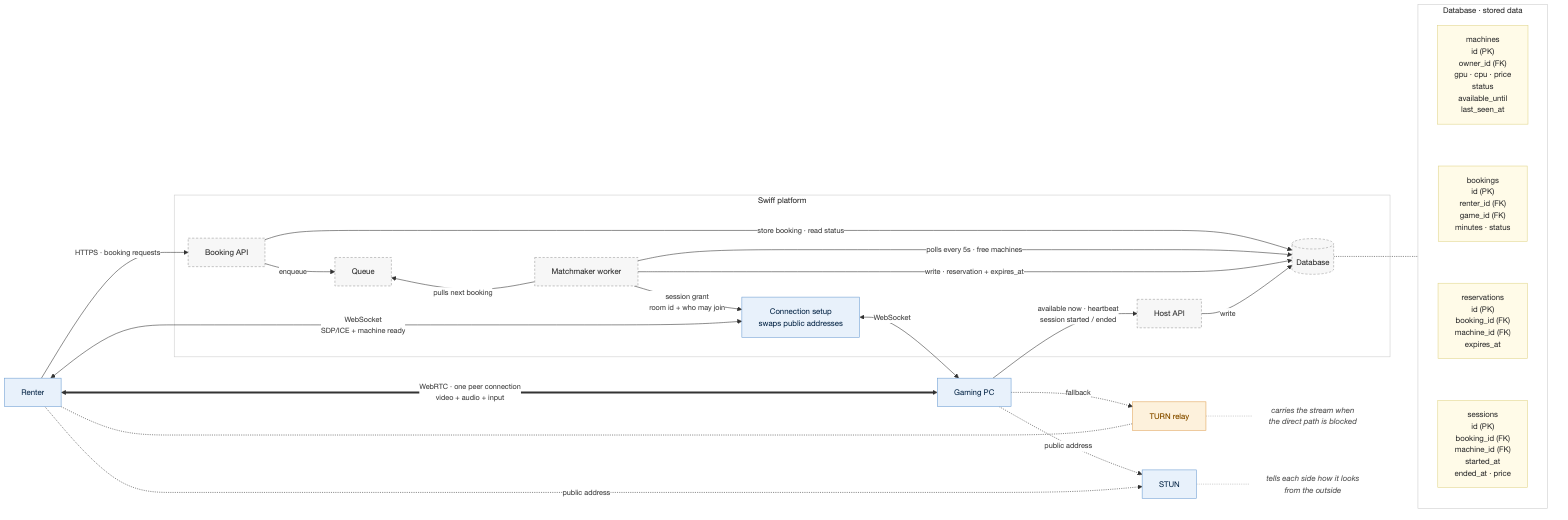
Earlier version of the Mermaid export docs/diagrams/system-architecture.png (tomnotthomas/distributed_gaming). Its source is kept beside it as docs/diagrams/system-architecture.mmd.
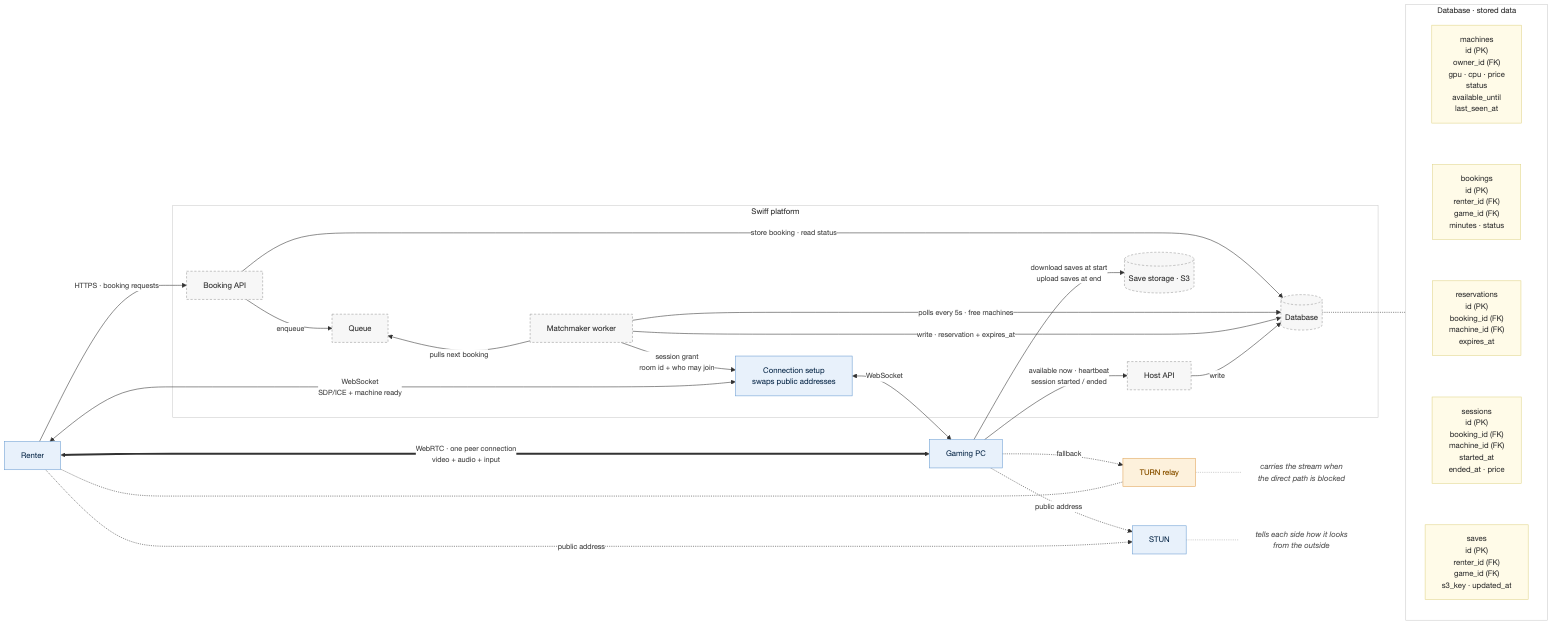
After the commit.

Commit message:
docs: keep renter save data in S3 across sessions

Diff of the diagram source:
```diff
@@ -32,6 +32,7 @@
     Q["Queue"]
     MM["Matchmaker worker"]
     DB[("Database")]
+    S3[("Save storage · S3")]
     SIG["Connection setup<br/>swaps public addresses"]
   end
 
@@ -41,7 +42,8 @@
     T2["bookings<br/>id (PK)<br/>renter_id (FK)<br/>game_id (FK)<br/>minutes · status"]
     T3["reservations<br/>id (PK)<br/>booking_id (FK)<br/>machine_id (FK)<br/>expires_at"]
     T4["sessions<br/>id (PK)<br/>booking_id (FK)<br/>machine_id (FK)<br/>started_at<br/>ended_at · price"]
-    T1 ~~~ T2 ~~~ T3 ~~~ T4
+    T5["saves<br/>id (PK)<br/>renter_id (FK)<br/>game_id (FK)<br/>s3_key · updated_at"]
+    T1 ~~~ T2 ~~~ T3 ~~~ T4 ~~~ T5
   end
 
 
@@ -57,6 +59,7 @@
   SIG <-- "WebSocket" --> PC
   PC -- "available now · heartbeat<br/>session started / ended" --> HAPI
   HAPI -- "write" --> DB
+  PC -- "download saves at start<br/>upload saves at end" --> S3
   Renter <== "WebRTC · one peer connection<br/>video + audio + input" ==> PC
   PC -. "fallback" .-> TURN
   Renter <-.- TURN
@@ -69,10 +72,10 @@
   classDef turn fill:#fdf1dc,stroke:#e0a458,color:#8a5300
   classDef note fill:none,stroke:none,color:#666,font-style:italic
   classDef table fill:#fffbe8,stroke:#e0d58a,color:#333
-  class API,HAPI,Q,MM,DB platform
+  class API,HAPI,Q,MM,DB,S3 platform
   class Renter,PC,SIG,STUN endpoint
   class TURN turn
-  class T1,T2,T3,T4 table
+  class T1,T2,T3,T4,T5 table
   class TURNnote,STUNnote note
   style Platform fill:#ffffff,stroke:#ccc,color:#444
   style Data fill:#ffffff,stroke:#ccc,color:#444
```
